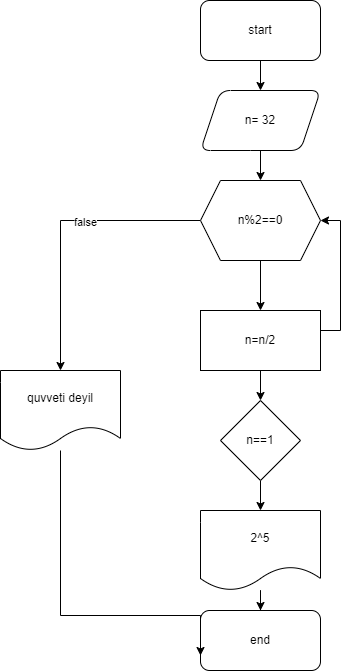
The draw.io diagram ders3_.drawio (1).png in Jamil-Arifoglu/ders, before a commit. Source tidied: cells renumbered, new cells last; positions are measured from the earlier drawing's top-left corner, leaving out a move shared by most shapes.
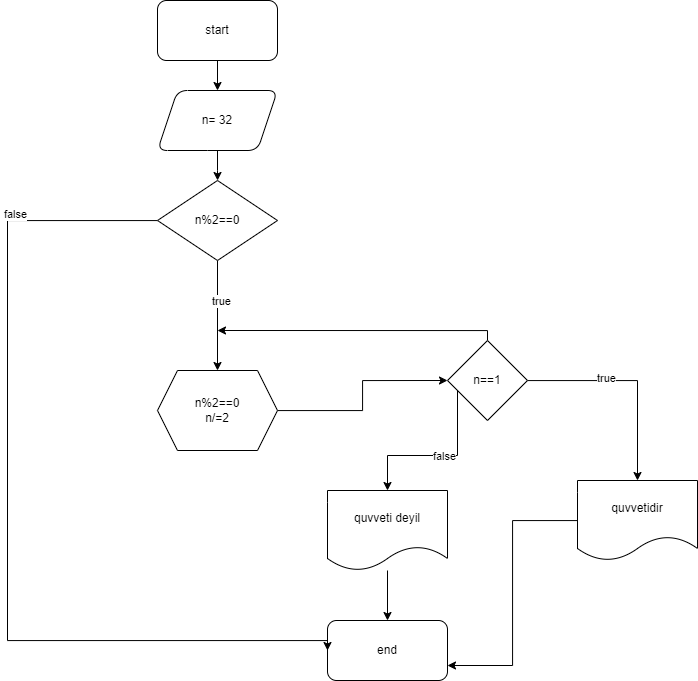
After the change.

Diff of the diagram source:
```diff
@@ -8,64 +8,82 @@
     <mxCell id="3" value="start" style="rounded=1;whiteSpace=wrap;html=1;" parent="1" vertex="1">
       <mxGeometry x="200" width="120" height="60" as="geometry" />
     </mxCell>
-    <mxCell id="4" style="edgeStyle=orthogonalEdgeStyle;rounded=0;jettySize=auto;html=1;" parent="1" edge="1" source="5" target="17">
-      <mxGeometry relative="1" as="geometry" />
+    <mxCell id="4" style="edgeStyle=orthogonalEdgeStyle;rounded=0;jettySize=auto;html=1;" parent="1" edge="1" source="5">
+      <mxGeometry relative="1" as="geometry">
+        <mxPoint x="260.1" y="180" as="targetPoint" />
+      </mxGeometry>
     </mxCell>
     <mxCell id="5" value="n= 32" style="shape=parallelogram;perimeter=parallelogramPerimeter;whiteSpace=wrap;html=1;fixedSize=1;rounded=1;" parent="1" vertex="1">
       <mxGeometry x="200" y="90" width="120" height="60" as="geometry" />
     </mxCell>
     <mxCell id="6" value="end" style="rounded=1;whiteSpace=wrap;html=1;" parent="1" vertex="1">
-      <mxGeometry x="200" y="610" width="120" height="60" as="geometry" />
+      <mxGeometry x="370" y="620" width="120" height="60" as="geometry" />
     </mxCell>
-    <mxCell id="7" style="edgeStyle=orthogonalEdgeStyle;rounded=0;jettySize=auto;html=1;" parent="1" edge="1" source="9" target="19">
-      <mxGeometry relative="1" as="geometry" />
-    </mxCell>
-    <mxCell id="8" style="edgeStyle=orthogonalEdgeStyle;rounded=0;jettySize=auto;html=1;entryX=1;entryY=0.5;entryDx=0;entryDy=0;" parent="1" edge="1" source="9" target="17">
-      <mxGeometry relative="1" as="geometry">
-        <Array as="points">
-          <mxPoint x="340" y="330" />
-          <mxPoint x="340" y="220" />
-        </Array>
-      </mxGeometry>
-    </mxCell>
-    <mxCell id="9" value="n=n/2" style="whiteSpace=wrap;html=1;" parent="1" vertex="1">
-      <mxGeometry x="200" y="310" width="120" height="60" as="geometry" />
-    </mxCell>
-    <mxCell id="10" style="edgeStyle=orthogonalEdgeStyle;rounded=0;jettySize=auto;html=1;" parent="1" edge="1" source="11" target="6">
-      <mxGeometry relative="1" as="geometry" />
-    </mxCell>
-    <mxCell id="11" value="2^5" style="shape=document;whiteSpace=wrap;html=1;boundedLbl=1;" parent="1" vertex="1">
-      <mxGeometry x="200" y="510" width="120" height="80" as="geometry" />
-    </mxCell>
+    <mxCell id="20" style="edgeStyle=orthogonalEdgeStyle;rounded=0;jettySize=auto;html=1;" parent="1" edge="1" source="19">
+      <mxGeometry relative="1" as="geometry">
+        <mxPoint x="260" y="330" as="targetPoint" />
+        <Array as="points">
+          <mxPoint x="530" y="330" />
+        </Array>
+      </mxGeometry>
+    </mxCell>
+    <mxCell id="21" style="edgeStyle=orthogonalEdgeStyle;rounded=0;jettySize=auto;html=1;entryX=0.5;entryY=0;entryDx=0;entryDy=0;" parent="1" edge="1" source="19" target="13">
+      <mxGeometry relative="1" as="geometry">
+        <Array as="points">
+          <mxPoint x="500" y="455" />
+          <mxPoint x="430" y="455" />
+        </Array>
+      </mxGeometry>
+    </mxCell>
+    <mxCell id="22" value="false" style="edgeLabel;html=1;align=center;verticalAlign=middle;" parent="21" vertex="1">
+      <mxGeometry x="-0.07" relative="1" as="geometry" />
+    </mxCell>
+    <mxCell id="23" style="edgeStyle=orthogonalEdgeStyle;rounded=0;jettySize=auto;html=1;entryX=0.5;entryY=0;entryDx=0;entryDy=0;" parent="1" edge="1" source="19" target="32">
+      <mxGeometry relative="1" as="geometry" />
+    </mxCell>
+    <mxCell id="24" value="true" style="edgeLabel;html=1;align=center;verticalAlign=middle;" parent="23" vertex="1">
+      <mxGeometry x="-0.25" y="3" relative="1" as="geometry" />
+    </mxCell>
+    <mxCell id="19" value="n==1" style="rhombus;whiteSpace=wrap;html=1;" parent="1" vertex="1">
+      <mxGeometry x="490" y="340" width="80" height="80" as="geometry" />
+    </mxCell>
+    <mxCell id="25" style="edgeStyle=orthogonalEdgeStyle;rounded=0;jettySize=auto;html=1;entryX=0;entryY=0.5;entryDx=0;entryDy=0;" parent="1" edge="1" source="17" target="6">
+      <mxGeometry relative="1" as="geometry">
+        <Array as="points">
+          <mxPoint x="50" y="220" />
+          <mxPoint x="50" y="640" />
+        </Array>
+      </mxGeometry>
+    </mxCell>
+    <mxCell id="26" value="false" style="edgeLabel;html=1;align=center;verticalAlign=middle;" parent="25" vertex="1">
+      <mxGeometry x="-0.68" y="-7" relative="1" as="geometry" />
+    </mxCell>
+    <mxCell id="27" style="edgeStyle=orthogonalEdgeStyle;rounded=0;jettySize=auto;html=1;entryX=0.5;entryY=0;entryDx=0;entryDy=0;" parent="1" edge="1" source="17" target="30">
+      <mxGeometry relative="1" as="geometry" />
+    </mxCell>
+    <mxCell id="28" value="true" style="edgeLabel;html=1;align=center;verticalAlign=middle;" parent="27" vertex="1">
+      <mxGeometry x="-0.28" y="3" relative="1" as="geometry" />
+    </mxCell>
+    <mxCell id="17" value="n%2==0" style="rhombus;whiteSpace=wrap;html=1;" parent="1" vertex="1">
+      <mxGeometry x="200" y="180" width="120" height="80" as="geometry" />
+    </mxCell>
+    <mxCell id="29" style="edgeStyle=orthogonalEdgeStyle;rounded=0;jettySize=auto;html=1;entryX=0;entryY=0.5;entryDx=0;entryDy=0;" parent="1" edge="1" source="30" target="19">
+      <mxGeometry relative="1" as="geometry" />
+    </mxCell>
+    <mxCell id="30" value="n%2==0&lt;br&gt;n/=2" style="shape=hexagon;perimeter=hexagonPerimeter2;whiteSpace=wrap;html=1;fixedSize=1;" parent="1" vertex="1">
+      <mxGeometry x="200" y="370" width="120" height="80" as="geometry" />
+    </mxCell>
-    <mxCell id="12" style="edgeStyle=orthogonalEdgeStyle;rounded=0;jettySize=auto;html=1;entryX=0;entryY=0.75;entryDx=0;entryDy=0;" parent="1" edge="1" source="13" target="6">
-      <mxGeometry relative="1" as="geometry">
-        <Array as="points">
-          <mxPoint x="60" y="615" />
-        </Array>
-      </mxGeometry>
+    <mxCell id="12" style="edgeStyle=orthogonalEdgeStyle;rounded=0;jettySize=auto;html=1;" parent="1" edge="1" source="13" target="6">
+      <mxGeometry relative="1" as="geometry" />
     </mxCell>
     <mxCell id="13" value="quvveti deyil" style="shape=document;whiteSpace=wrap;html=1;boundedLbl=1;" parent="1" vertex="1">
-      <mxGeometry y="370" width="120" height="80" as="geometry" />
+      <mxGeometry x="370" y="490" width="120" height="80" as="geometry" />
     </mxCell>
-    <mxCell id="14" style="edgeStyle=orthogonalEdgeStyle;rounded=0;jettySize=auto;html=1;entryX=0.5;entryY=0;entryDx=0;entryDy=0;" parent="1" edge="1" source="17" target="9">
-      <mxGeometry relative="1" as="geometry" />
-    </mxCell>
-    <mxCell id="15" style="edgeStyle=orthogonalEdgeStyle;rounded=0;jettySize=auto;html=1;entryX=0.5;entryY=0;entryDx=0;entryDy=0;" parent="1" edge="1" source="17" target="13">
-      <mxGeometry relative="1" as="geometry" />
-    </mxCell>
-    <mxCell id="16" value="false" style="edgeLabel;html=1;align=center;verticalAlign=middle;" parent="15" vertex="1">
-      <mxGeometry x="-0.2" y="1" relative="1" as="geometry">
-        <mxPoint x="1" as="offset" />
-      </mxGeometry>
-    </mxCell>
-    <mxCell id="17" value="n%2==0" style="shape=hexagon;perimeter=hexagonPerimeter2;whiteSpace=wrap;html=1;fixedSize=1;" parent="1" vertex="1">
-      <mxGeometry x="200" y="180" width="120" height="80" as="geometry" />
-    </mxCell>
-    <mxCell id="18" style="edgeStyle=orthogonalEdgeStyle;rounded=0;jettySize=auto;html=1;" parent="1" edge="1" source="19" target="11">
-      <mxGeometry relative="1" as="geometry" />
-    </mxCell>
-    <mxCell id="19" value="n==1" style="rhombus;whiteSpace=wrap;html=1;" parent="1" vertex="1">
-      <mxGeometry x="220" y="400" width="80" height="80" as="geometry" />
-    </mxCell>
+    <mxCell id="31" style="edgeStyle=orthogonalEdgeStyle;rounded=0;jettySize=auto;html=1;entryX=1;entryY=0.75;entryDx=0;entryDy=0;" parent="1" edge="1" source="32" target="6">
+      <mxGeometry relative="1" as="geometry" />
+    </mxCell>
+    <mxCell id="32" value="quvvetidir" style="shape=document;whiteSpace=wrap;html=1;boundedLbl=1;" parent="1" vertex="1">
+      <mxGeometry x="620" y="480" width="120" height="80" as="geometry" />
+    </mxCell>
   </root>
 </mxGraphModel>
```
